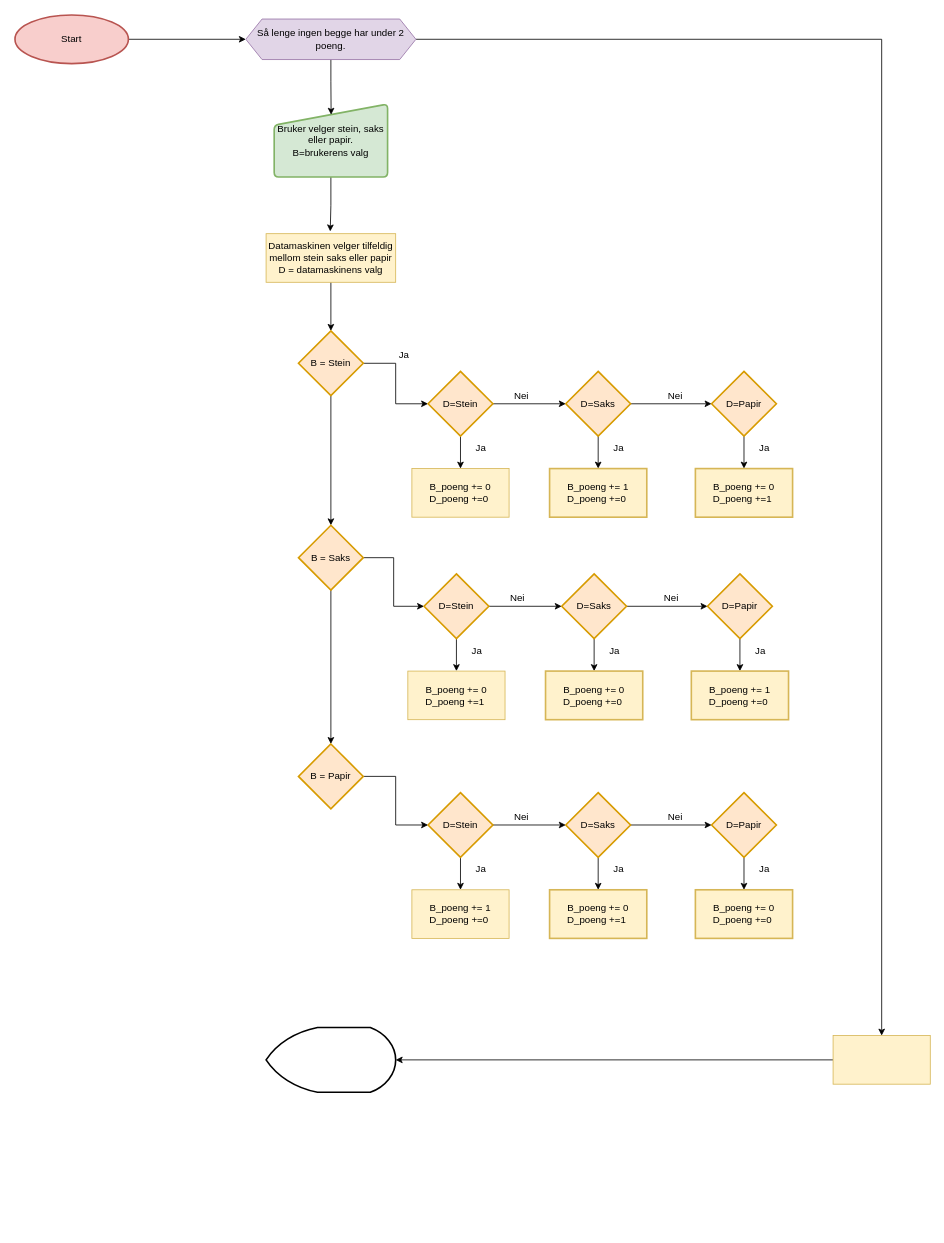
mareis/inf2-2021 keeps this draw.io diagram as 11_Flytskjema/sten_saks_papir.drawio. Above is the earlier version. Source tidied: cells renumbered, new cells numbered last; positions are measured from the earlier drawing's top-left corner, leaving out a move shared by most shapes. Both pictures are drawn from the tidied source at 81%, with x=0, y=0 at pixel (15, 15).
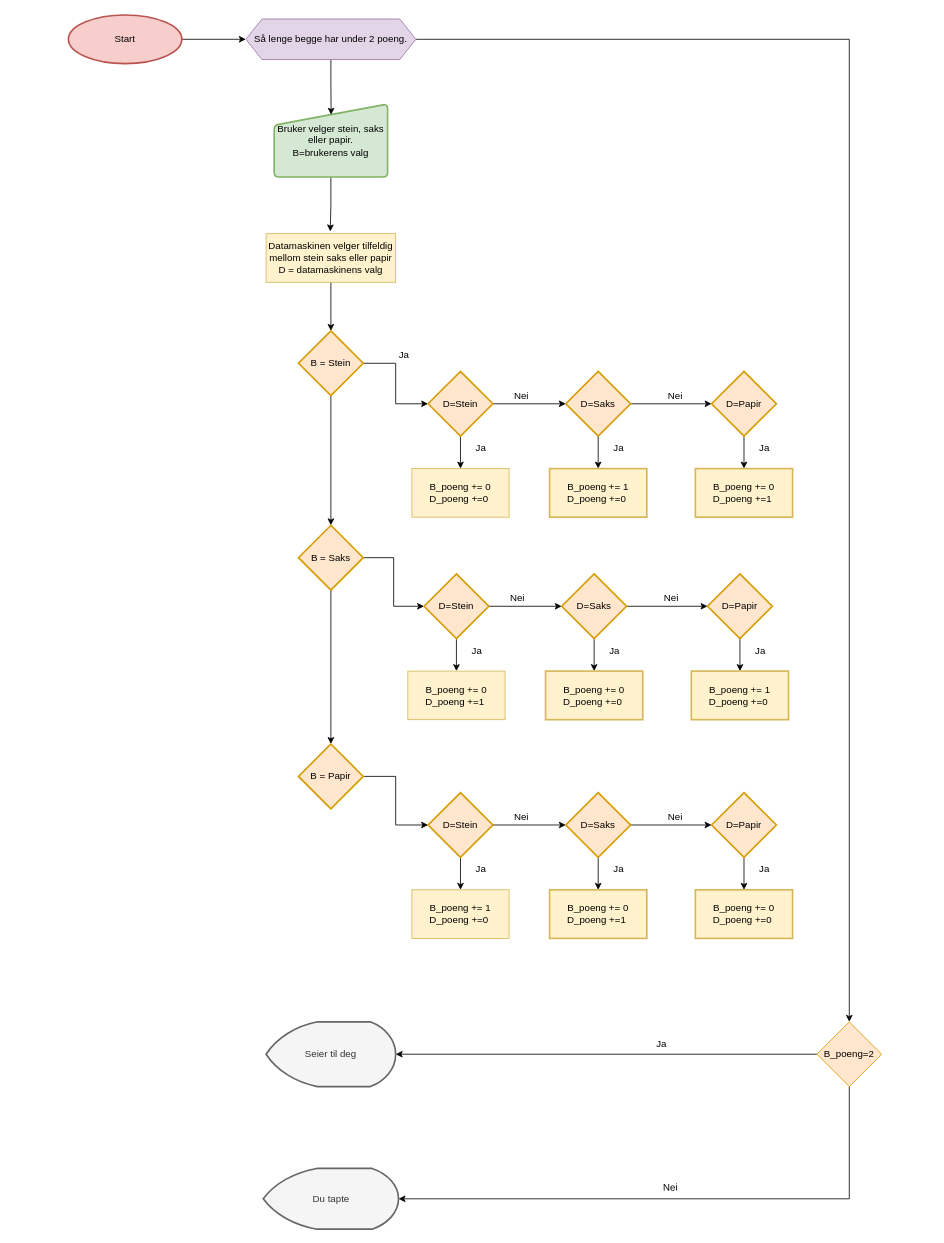
The same diagram, later.

What changed in the source:
```diff
@@
     <mxCell id="3" value="Start" style="strokeWidth=2;html=1;shape=mxgraph.flowchart.start_1;whiteSpace=wrap;fillColor=#f8cecc;strokeColor=#b85450;" parent="1" vertex="1">
-      <mxGeometry width="140" height="60" as="geometry" />
+      <mxGeometry x="66" width="140" height="60" as="geometry" />
     </mxCell>
@@
-    <mxCell id="7" style="edgeStyle=orthogonalEdgeStyle;rounded=0;jettySize=auto;html=1;" parent="1" edge="1" source="8" target="69">
+    <mxCell id="7" style="edgeStyle=orthogonalEdgeStyle;rounded=0;jettySize=auto;html=1;entryX=0.5;entryY=0;entryDx=0;entryDy=0;" parent="1" edge="1" source="8" target="72">
       <mxGeometry relative="1" as="geometry" />
     </mxCell>
-    <mxCell id="8" value="Så lenge ingen begge har under 2 poeng." style="shape=hexagon;perimeter=hexagonPerimeter2;whiteSpace=wrap;html=1;fixedSize=1;fillColor=#e1d5e7;strokeColor=#9673a6;" parent="1" vertex="1">
+    <mxCell id="8" value="Så lenge begge har under 2 poeng." style="shape=hexagon;perimeter=hexagonPerimeter2;whiteSpace=wrap;html=1;fixedSize=1;fillColor=#e1d5e7;strokeColor=#9673a6;" parent="1" vertex="1">
       <mxGeometry x="285" y="5" width="210" height="50" as="geometry" />
     </mxCell>
@@
-    <mxCell id="68" style="edgeStyle=orthogonalEdgeStyle;rounded=0;jettySize=auto;html=1;entryX=1;entryY=0.5;entryDx=0;entryDy=0;entryPerimeter=0;" parent="1" edge="1" source="69" target="70">
+    <mxCell id="68" style="edgeStyle=orthogonalEdgeStyle;rounded=0;jettySize=auto;html=1;entryX=1;entryY=0.5;entryDx=0;entryDy=0;entryPerimeter=0;exitX=0;exitY=0.5;exitDx=0;exitDy=0;" parent="1" edge="1" source="72" target="70">
       <mxGeometry relative="1" as="geometry" />
     </mxCell>
-    <mxCell id="69" style="whiteSpace=wrap;html=1;strokeColor=#d6b656;fillColor=#fff2cc;" parent="1" vertex="1">
-      <mxGeometry x="1010" y="1260" width="120" height="60" as="geometry" />
-    </mxCell>
-    <mxCell id="70" style="strokeWidth=2;html=1;shape=mxgraph.flowchart.display;whiteSpace=wrap;" parent="1" vertex="1">
-      <mxGeometry x="310" y="1250" width="160" height="80" as="geometry" />
+    <mxCell id="70" value="Seier til deg" style="strokeWidth=2;html=1;shape=mxgraph.flowchart.display;whiteSpace=wrap;fillColor=#f5f5f5;strokeColor=#666666;fontColor=#333333;" parent="1" vertex="1">
+      <mxGeometry x="310" y="1243" width="160" height="80" as="geometry" />
     </mxCell>
+    <mxCell id="71" style="edgeStyle=orthogonalEdgeStyle;rounded=0;jettySize=auto;html=1;exitX=0.5;exitY=1;exitDx=0;exitDy=0;entryX=1;entryY=0.5;entryDx=0;entryDy=0;entryPerimeter=0;" parent="1" edge="1" source="72" target="73">
+      <mxGeometry relative="1" as="geometry" />
+    </mxCell>
+    <mxCell id="72" value="B_poeng=2" style="rhombus;whiteSpace=wrap;html=1;fillColor=#ffe6cc;strokeColor=#d79b00;" parent="1" vertex="1">
+      <mxGeometry x="990" y="1243" width="80" height="80" as="geometry" />
+    </mxCell>
+    <mxCell id="73" value="Du tapte" style="strokeWidth=2;html=1;shape=mxgraph.flowchart.display;whiteSpace=wrap;fillColor=#f5f5f5;strokeColor=#666666;fontColor=#333333;" parent="1" vertex="1">
+      <mxGeometry x="306.5" y="1424" width="167" height="75" as="geometry" />
+    </mxCell>
+    <mxCell id="74" value="Ja" style="text;html=1;align=center;verticalAlign=middle;" parent="1" vertex="1">
+      <mxGeometry x="786" y="1262" width="23" height="18" as="geometry" />
+    </mxCell>
+    <mxCell id="75" value="Nei" style="text;html=1;align=center;verticalAlign=middle;rotation=-1;" parent="1" vertex="1">
+      <mxGeometry x="795" y="1439" width="28" height="18" as="geometry" />
+    </mxCell>
```
